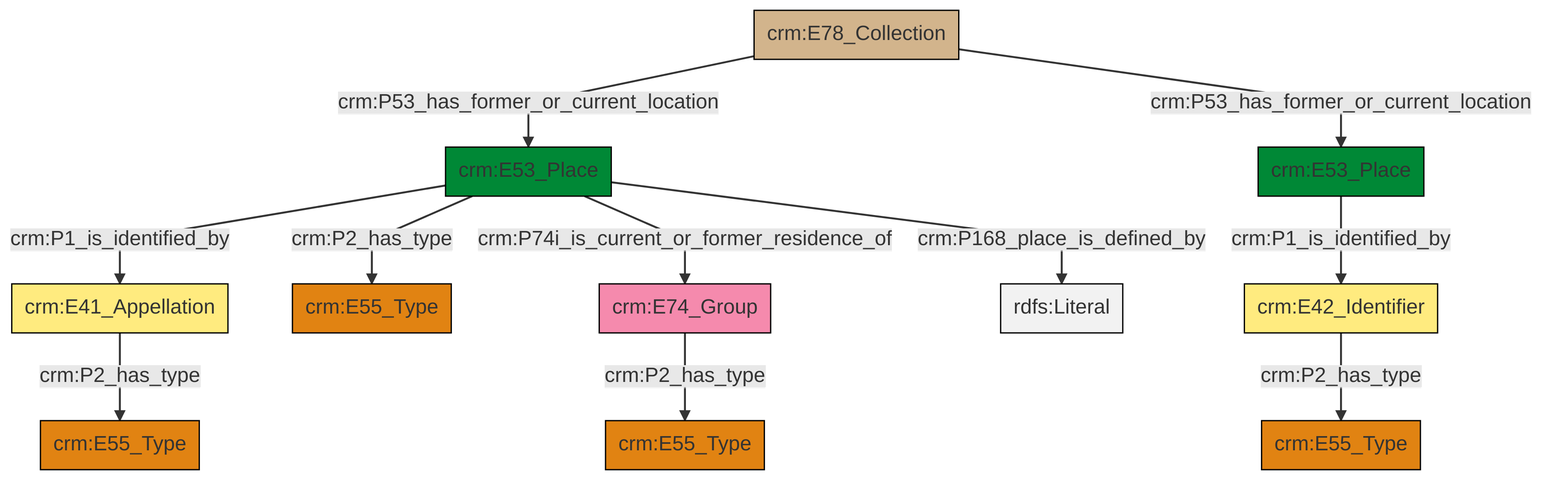
Before: et/archivalCSV/ttl/mmd/png/archival_location.png, a diagram exported from Mermaid (swiss-art-research-net/docs.swissartresearch). Its source is kept beside it as et/archivalCSV/ttl/mmd/archival_location.ttl.mmd.
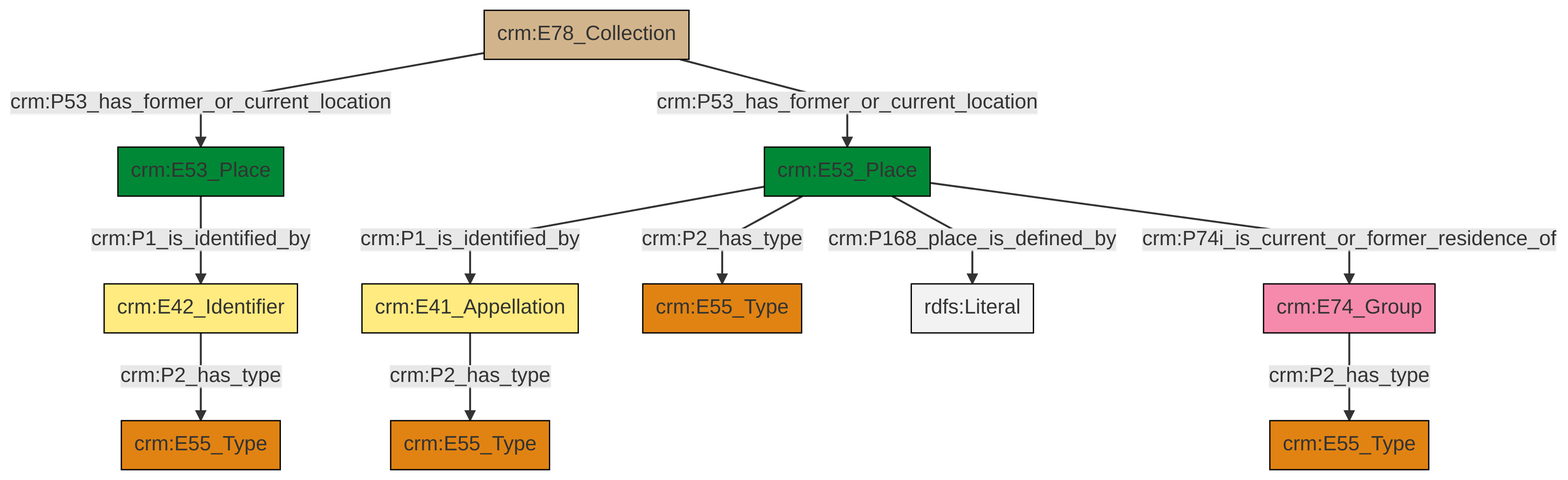
After the change.

The edit, as a diff of the source:
```diff
@@ -13,13 +13,13 @@
 classDef PC_Classes fill:#4ce600, stroke:#000000;
 classDef Multi fill:#cccccc,stroke:#000000;
 
-0["crm:E53_Place"]:::Place -->|crm:P1_is_identified_by| 1["crm:E41_Appellation"]:::Appellation
-0["crm:E53_Place"]:::Place -->|crm:P2_has_type| 4["crm:E55_Type"]:::Type
-5["crm:E78_Collection"]:::Physical_Thing -->|crm:P53_has_former_or_current_location| 0["crm:E53_Place"]:::Place
-9["crm:E74_Group"]:::Actor -->|crm:P2_has_type| 7["crm:E55_Type"]:::Type
-1["crm:E41_Appellation"]:::Appellation -->|crm:P2_has_type| 10["crm:E55_Type"]:::Type
-0["crm:E53_Place"]:::Place -->|crm:P74i_is_current_or_former_residence_of| 9["crm:E74_Group"]:::Actor
-13["crm:E53_Place"]:::Place -->|crm:P1_is_identified_by| 2["crm:E42_Identifier"]:::Appellation
-2["crm:E42_Identifier"]:::Appellation -->|crm:P2_has_type| 20["crm:E55_Type"]:::Type
-5["crm:E78_Collection"]:::Physical_Thing -->|crm:P53_has_former_or_current_location| 13["crm:E53_Place"]:::Place
-0["crm:E53_Place"]:::Place -->|crm:P168_place_is_defined_by| 24[rdfs:Literal]:::Literal
+2["crm:E53_Place"]:::Place -->|crm:P1_is_identified_by| 3["crm:E42_Identifier"]:::Appellation
+6["crm:E78_Collection"]:::Physical_Thing -->|crm:P53_has_former_or_current_location| 2["crm:E53_Place"]:::Place
+3["crm:E42_Identifier"]:::Appellation -->|crm:P2_has_type| 10["crm:E55_Type"]:::Type
+11["crm:E53_Place"]:::Place -->|crm:P2_has_type| 12["crm:E55_Type"]:::Type
+11["crm:E53_Place"]:::Place -->|crm:P168_place_is_defined_by| 14[rdfs:Literal]:::Literal
+11["crm:E53_Place"]:::Place -->|crm:P1_is_identified_by| 15["crm:E41_Appellation"]:::Appellation
+15["crm:E41_Appellation"]:::Appellation -->|crm:P2_has_type| 8["crm:E55_Type"]:::Type
+11["crm:E53_Place"]:::Place -->|crm:P74i_is_current_or_former_residence_of| 0["crm:E74_Group"]:::Actor
+6["crm:E78_Collection"]:::Physical_Thing -->|crm:P53_has_former_or_current_location| 11["crm:E53_Place"]:::Place
+0["crm:E74_Group"]:::Actor -->|crm:P2_has_type| 4["crm:E55_Type"]:::Type
```
